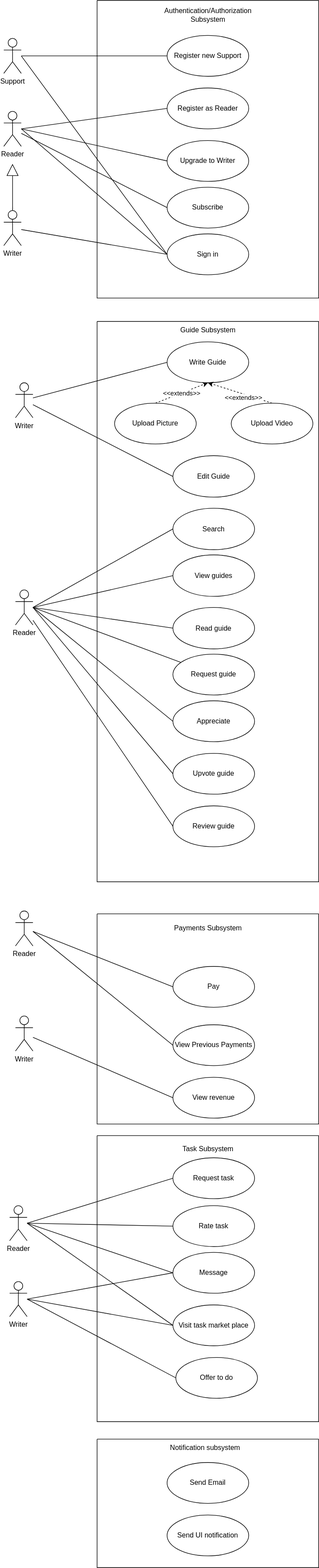
teboho/how-to keeps this draw.io diagram as docs/assets/use-cases.svg. Above is the earlier version. Source tidied: cells renumbered, new cells last; positions are measured from the earlier drawing's top-left corner, leaving out a move shared by most shapes.
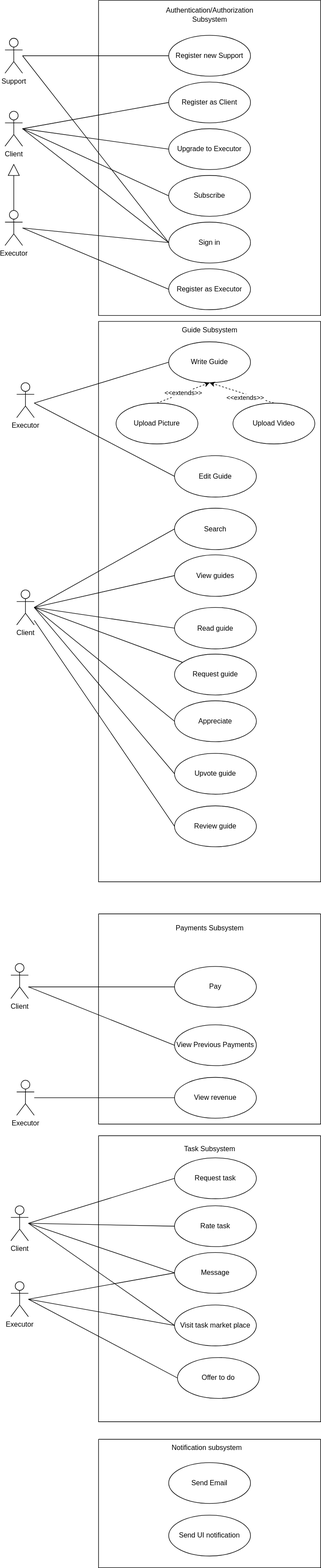
After the change.

Change to the diagram source:
```diff
@@ -3,7 +3,7 @@
     <mxCell id="0" />
     <mxCell id="1" parent="0" />
     <mxCell id="2" style="swimlane;startSize=0;" parent="1" vertex="1">
-      <mxGeometry x="160" width="380" height="510" as="geometry" />
+      <mxGeometry x="160" width="380" height="540" as="geometry" />
     </mxCell>
     <mxCell id="3" value="Authentication/Authorization&lt;div&gt;Subsystem&lt;/div&gt;" style="text;html=1;align=center;verticalAlign=middle;strokeColor=none;fillColor=none;" parent="2" vertex="1">
       <mxGeometry x="105" y="5" width="170" height="40" as="geometry" />
@@ -12,17 +12,20 @@
       <mxGeometry x="120" y="60" width="140" height="70" as="geometry" />
     </mxCell>
     <mxCell id="5" value="Sign in" style="ellipse;whiteSpace=wrap;html=1;" parent="2" vertex="1">
-      <mxGeometry x="120" y="400" width="140" height="70" as="geometry" />
+      <mxGeometry x="120" y="380" width="140" height="70" as="geometry" />
     </mxCell>
-    <mxCell id="6" value="Register as Reader" style="ellipse;whiteSpace=wrap;html=1;" parent="2" vertex="1">
-      <mxGeometry x="120" y="150" width="140" height="70" as="geometry" />
+    <mxCell id="6" value="Register as Client" style="ellipse;whiteSpace=wrap;html=1;" parent="2" vertex="1">
+      <mxGeometry x="120" y="140" width="140" height="70" as="geometry" />
     </mxCell>
-    <mxCell id="7" value="Upgrade to Writer" style="ellipse;whiteSpace=wrap;html=1;" parent="2" vertex="1">
-      <mxGeometry x="120" y="240" width="140" height="70" as="geometry" />
+    <mxCell id="7" value="Upgrade to Executor" style="ellipse;whiteSpace=wrap;html=1;" parent="2" vertex="1">
+      <mxGeometry x="120" y="220" width="140" height="70" as="geometry" />
     </mxCell>
     <mxCell id="8" value="Subscribe" style="ellipse;whiteSpace=wrap;html=1;" parent="2" vertex="1">
-      <mxGeometry x="120" y="320" width="140" height="70" as="geometry" />
+      <mxGeometry x="120" y="300" width="140" height="70" as="geometry" />
     </mxCell>
+    <mxCell id="78" value="Register as Executor" style="ellipse;whiteSpace=wrap;html=1;" parent="2" vertex="1">
+      <mxGeometry x="120" y="460" width="140" height="70" as="geometry" />
+    </mxCell>
     <mxCell id="9" style="rounded=0;jettySize=auto;html=1;entryX=0;entryY=0.5;entryDx=0;entryDy=0;endArrow=none;endFill=0;" parent="1" edge="1" target="6">
       <mxGeometry relative="1" as="geometry">
         <mxPoint x="30" y="220" as="sourcePoint" />
@@ -38,10 +41,12 @@
         <mxPoint x="30" y="220" as="sourcePoint" />
       </mxGeometry>
     </mxCell>
-    <mxCell id="12" style="rounded=0;jettySize=auto;html=1;entryX=0;entryY=0.5;entryDx=0;entryDy=0;endArrow=none;endFill=0;" parent="1" edge="1" source="13" target="8">
-      <mxGeometry relative="1" as="geometry" />
+    <mxCell id="12" style="rounded=0;jettySize=auto;html=1;entryX=0;entryY=0.5;entryDx=0;entryDy=0;endArrow=none;endFill=0;" parent="1" edge="1" target="8">
+      <mxGeometry relative="1" as="geometry">
+        <mxPoint x="30" y="220" as="sourcePoint" />
+      </mxGeometry>
     </mxCell>
-    <mxCell id="13" value="Reader" style="shape=umlActor;html=1;verticalLabelPosition=bottom;verticalAlign=top;align=center;" parent="1" vertex="1">
+    <mxCell id="13" value="Client" style="shape=umlActor;html=1;verticalLabelPosition=bottom;verticalAlign=top;align=center;" parent="1" vertex="1">
       <mxGeometry y="190" width="30" height="60" as="geometry" />
     </mxCell>
     <mxCell id="14" style="rounded=0;jettySize=auto;html=1;entryX=0;entryY=0.5;entryDx=0;entryDy=0;endArrow=none;endFill=0;" parent="1" edge="1" source="16" target="4">
@@ -55,15 +60,22 @@
     <mxCell id="16" value="Support" style="shape=umlActor;html=1;verticalLabelPosition=bottom;verticalAlign=top;align=center;" parent="1" vertex="1">
       <mxGeometry y="65" width="30" height="60" as="geometry" />
     </mxCell>
-    <mxCell id="17" style="rounded=0;jettySize=auto;html=1;entryX=0;entryY=0.5;entryDx=0;entryDy=0;endArrow=none;endFill=0;" parent="1" edge="1" source="19" target="5">
-      <mxGeometry relative="1" as="geometry" />
+    <mxCell id="17" style="rounded=0;jettySize=auto;html=1;entryX=0;entryY=0.5;entryDx=0;entryDy=0;endArrow=none;endFill=0;" parent="1" edge="1" target="5">
+      <mxGeometry relative="1" as="geometry">
+        <mxPoint x="30" y="390" as="sourcePoint" />
+      </mxGeometry>
     </mxCell>
     <mxCell id="18" style="edgeStyle=orthogonalEdgeStyle;rounded=0;jettySize=auto;html=1;endArrow=block;endFill=0;endSize=18;jumpStyle=gap;" parent="1" edge="1" source="19">
       <mxGeometry relative="1" as="geometry">
         <mxPoint x="15" y="280" as="targetPoint" />
       </mxGeometry>
     </mxCell>
+    <mxCell id="79" style="rounded=0;jettySize=auto;html=1;entryX=0;entryY=0.5;entryDx=0;entryDy=0;endArrow=none;endFill=0;" parent="1" edge="1" target="78">
+      <mxGeometry relative="1" as="geometry">
+        <mxPoint x="30" y="390" as="sourcePoint" />
+      </mxGeometry>
+    </mxCell>
-    <mxCell id="19" value="Writer" style="shape=umlActor;html=1;verticalLabelPosition=bottom;verticalAlign=top;align=center;" parent="1" vertex="1">
+    <mxCell id="19" value="Executor" style="shape=umlActor;html=1;verticalLabelPosition=bottom;verticalAlign=top;align=center;" parent="1" vertex="1">
       <mxGeometry y="360" width="30" height="60" as="geometry" />
     </mxCell>
     <mxCell id="20" style="swimlane;startSize=0;" parent="1" vertex="1">
@@ -121,13 +133,17 @@
     <mxCell id="36" value="Review guide" style="ellipse;whiteSpace=wrap;html=1;" parent="20" vertex="1">
       <mxGeometry x="130" y="830" width="140" height="70" as="geometry" />
     </mxCell>
-    <mxCell id="37" style="rounded=0;jettySize=auto;html=1;entryX=0;entryY=0.5;entryDx=0;entryDy=0;endArrow=none;endFill=0;" parent="1" edge="1" source="39" target="21">
-      <mxGeometry relative="1" as="geometry" />
+    <mxCell id="37" style="rounded=0;jettySize=auto;html=1;entryX=0;entryY=0.5;entryDx=0;entryDy=0;endArrow=none;endFill=0;" parent="1" edge="1" target="21">
+      <mxGeometry relative="1" as="geometry">
+        <mxPoint x="50" y="690" as="sourcePoint" />
+      </mxGeometry>
     </mxCell>
-    <mxCell id="38" style="rounded=0;jettySize=auto;html=1;entryX=0;entryY=0.5;entryDx=0;entryDy=0;endArrow=none;endFill=0;" parent="1" edge="1" source="39" target="34">
-      <mxGeometry relative="1" as="geometry" />
+    <mxCell id="38" style="rounded=0;jettySize=auto;html=1;entryX=0;entryY=0.5;entryDx=0;entryDy=0;endArrow=none;endFill=0;" parent="1" edge="1" target="34">
+      <mxGeometry relative="1" as="geometry">
+        <mxPoint x="50" y="690" as="sourcePoint" />
+      </mxGeometry>
     </mxCell>
-    <mxCell id="39" value="Writer" style="shape=umlActor;html=1;verticalLabelPosition=bottom;verticalAlign=top;align=center;" parent="1" vertex="1">
+    <mxCell id="39" value="Executor" style="shape=umlActor;html=1;verticalLabelPosition=bottom;verticalAlign=top;align=center;" parent="1" vertex="1">
       <mxGeometry x="20" y="655" width="30" height="60" as="geometry" />
     </mxCell>
     <mxCell id="40" style="rounded=0;jettySize=auto;html=1;entryX=0;entryY=0.5;entryDx=0;entryDy=0;endArrow=none;endFill=0;" parent="1" edge="1" target="28">
@@ -163,7 +179,7 @@
     <mxCell id="46" style="rounded=0;jettySize=auto;html=1;entryX=0;entryY=0.5;entryDx=0;entryDy=0;endArrow=none;endFill=0;" parent="1" edge="1" source="47" target="36">
       <mxGeometry relative="1" as="geometry" />
     </mxCell>
-    <mxCell id="47" value="Reader" style="shape=umlActor;html=1;verticalLabelPosition=bottom;verticalAlign=top;align=center;" parent="1" vertex="1">
+    <mxCell id="47" value="Client" style="shape=umlActor;html=1;verticalLabelPosition=bottom;verticalAlign=top;align=center;" parent="1" vertex="1">
       <mxGeometry x="20" y="1010" width="30" height="60" as="geometry" />
     </mxCell>
     <mxCell id="48" style="swimlane;startSize=0;" parent="1" vertex="1">
@@ -183,16 +199,16 @@
     </mxCell>
     <mxCell id="53" style="rounded=0;jettySize=auto;html=1;entryX=0;entryY=0.5;entryDx=0;entryDy=0;endArrow=none;endFill=0;" parent="1" edge="1" target="50">
       <mxGeometry relative="1" as="geometry">
-        <mxPoint x="50" y="1595" as="sourcePoint" />
+        <mxPoint x="40" y="1690" as="sourcePoint" />
       </mxGeometry>
     </mxCell>
     <mxCell id="54" style="rounded=0;jettySize=auto;html=1;entryX=0;entryY=0.5;entryDx=0;entryDy=0;endArrow=none;endFill=0;" parent="1" edge="1" target="51">
       <mxGeometry relative="1" as="geometry">
-        <mxPoint x="50" y="1595" as="sourcePoint" />
+        <mxPoint x="40" y="1690" as="sourcePoint" />
       </mxGeometry>
     </mxCell>
-    <mxCell id="55" value="Reader" style="shape=umlActor;html=1;verticalLabelPosition=bottom;verticalAlign=top;align=center;" parent="1" vertex="1">
-      <mxGeometry x="20" y="1560" width="30" height="60" as="geometry" />
+    <mxCell id="55" value="Client" style="shape=umlActor;html=1;verticalLabelPosition=bottom;verticalAlign=top;align=center;" parent="1" vertex="1">
+      <mxGeometry x="10" y="1650" width="30" height="60" as="geometry" />
     </mxCell>
     <mxCell id="56" style="swimlane;startSize=0;" parent="1" vertex="1">
       <mxGeometry x="160" y="1945" width="380" height="490" as="geometry" />
@@ -235,7 +251,7 @@
         <mxPoint x="40" y="2095" as="sourcePoint" />
       </mxGeometry>
     </mxCell>
-    <mxCell id="67" value="Reader" style="shape=umlActor;html=1;verticalLabelPosition=bottom;verticalAlign=top;align=center;" parent="1" vertex="1">
+    <mxCell id="67" value="Client" style="shape=umlActor;html=1;verticalLabelPosition=bottom;verticalAlign=top;align=center;" parent="1" vertex="1">
       <mxGeometry x="10" y="2065" width="30" height="60" as="geometry" />
     </mxCell>
     <mxCell id="68" style="rounded=0;jettySize=auto;html=1;entryX=0;entryY=0.5;entryDx=0;entryDy=0;endArrow=none;endFill=0;" parent="1" edge="1" target="59">
@@ -253,7 +269,7 @@
         <mxPoint x="40" y="2225" as="sourcePoint" />
       </mxGeometry>
     </mxCell>
-    <mxCell id="71" value="Writer" style="shape=umlActor;html=1;verticalLabelPosition=bottom;verticalAlign=top;align=center;" parent="1" vertex="1">
+    <mxCell id="71" value="Executor" style="shape=umlActor;html=1;verticalLabelPosition=bottom;verticalAlign=top;align=center;" parent="1" vertex="1">
       <mxGeometry x="10" y="2195" width="30" height="60" as="geometry" />
     </mxCell>
     <mxCell id="72" style="swimlane;startSize=0;" parent="1" vertex="1">
@@ -271,8 +287,8 @@
     <mxCell id="76" style="rounded=0;jettySize=auto;html=1;entryX=0;entryY=0.5;entryDx=0;entryDy=0;endArrow=none;endFill=0;" parent="1" edge="1" source="77" target="52">
       <mxGeometry relative="1" as="geometry" />
     </mxCell>
-    <mxCell id="77" value="Writer" style="shape=umlActor;html=1;verticalLabelPosition=bottom;verticalAlign=top;align=center;" parent="1" vertex="1">
-      <mxGeometry x="20" y="1740" width="30" height="60" as="geometry" />
+    <mxCell id="77" value="Executor" style="shape=umlActor;html=1;verticalLabelPosition=bottom;verticalAlign=top;align=center;" parent="1" vertex="1">
+      <mxGeometry x="20" y="1850" width="30" height="60" as="geometry" />
     </mxCell>
   </root>
 </mxGraphModel>
```
